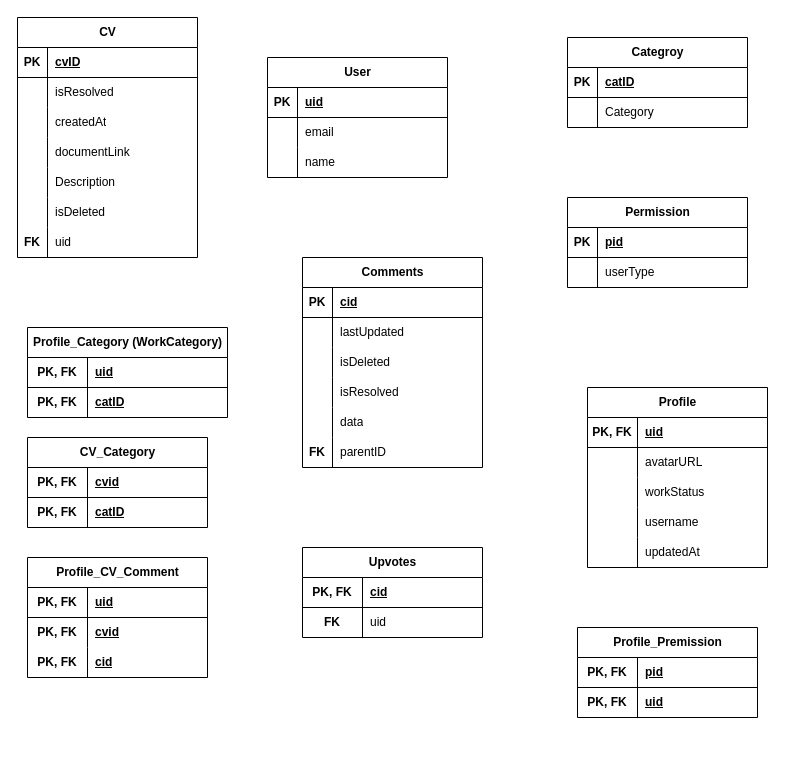
This is page "Resulted Table Structure" (3 of 3) of docs/cv-next-ERD.drawio from magshimim-next/cv-next, a draw.io file, before an edit. Source tidied: cells renumbered, new cells numbered last; positions are measured from the earlier drawing's top-left corner, leaving out a move shared by most shapes. Both pictures are drawn from the tidied source at 100%, with x=0, y=0 at pixel (17, 17).
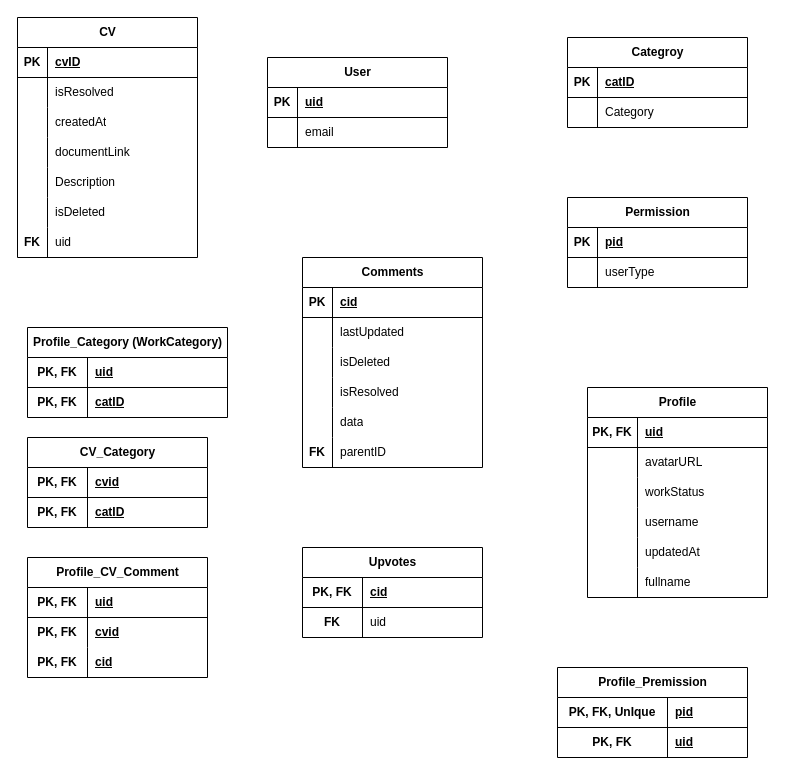
The same page after the edit.

Change to the diagram source:
```diff
@@
     <mxCell id="31" value="User" style="shape=table;startSize=30;childLayout=tableLayout;rowLines=0;fontStyle=1;align=center;html=1;" parent="1" vertex="1">
-      <mxGeometry x="250" y="40" width="180" height="120" as="geometry" />
+      <mxGeometry x="250" y="40" width="180" height="90" as="geometry" />
     </mxCell>
@@
-    <mxCell id="38" style="shape=tableRow;horizontal=0;startSize=0;swimlaneHead=0;swimlaneBody=0;fillColor=none;top=0;left=0;right=0;bottom=0;" parent="31" vertex="1">
-      <mxGeometry y="90" width="180" height="30" as="geometry" />
-    </mxCell>
-    <mxCell id="39" style="shape=partialRectangle;fillColor=none;top=0;left=0;bottom=0;right=0;overflow=hidden;whiteSpace=wrap;html=1;" parent="38" vertex="1">
-      <mxGeometry width="30" height="30" as="geometry" />
-    </mxCell>
-    <mxCell id="40" value="name" style="shape=partialRectangle;fillColor=none;top=0;left=0;bottom=0;right=0;align=left;spacingLeft=6;overflow=hidden;whiteSpace=wrap;html=1;" parent="38" vertex="1">
-      <mxGeometry x="30" width="150" height="30" as="geometry" />
-    </mxCell>
     <mxCell id="41" value="Profile" style="shape=table;startSize=30;childLayout=tableLayout;rowLines=0;fontStyle=1;align=center;html=1;" parent="1" vertex="1">
-      <mxGeometry x="570" y="370" width="180" height="180" as="geometry" />
+      <mxGeometry x="570" y="370" width="180" height="210" as="geometry" />
     </mxCell>
@@
+    <mxCell id="121" style="shape=tableRow;horizontal=0;startSize=0;swimlaneHead=0;swimlaneBody=0;fillColor=none;top=0;left=0;right=0;bottom=0;" parent="41" vertex="1">
+      <mxGeometry y="180" width="180" height="30" as="geometry" />
+    </mxCell>
+    <mxCell id="122" style="shape=partialRectangle;fillColor=none;top=0;left=0;bottom=0;right=0;overflow=hidden;whiteSpace=wrap;html=1;" parent="121" vertex="1">
+      <mxGeometry width="50" height="30" as="geometry" />
+    </mxCell>
+    <mxCell id="123" value="fullname" style="shape=partialRectangle;fillColor=none;top=0;left=0;bottom=0;right=0;align=left;spacingLeft=6;overflow=hidden;whiteSpace=wrap;html=1;" parent="121" vertex="1">
+      <mxGeometry x="50" width="130" height="30" as="geometry" />
+    </mxCell>
@@
     <mxCell id="114" value="Profile_Premission" style="shape=table;startSize=30;childLayout=tableLayout;rowLines=0;fontStyle=1;align=center;html=1;" parent="1" vertex="1">
-      <mxGeometry x="560" y="610" width="180" height="90" as="geometry" />
+      <mxGeometry x="540" y="650" width="190" height="90" as="geometry" />
     </mxCell>
     <mxCell id="115" style="shape=tableRow;horizontal=0;startSize=0;swimlaneHead=0;swimlaneBody=0;fillColor=none;top=0;left=0;right=0;bottom=1;" parent="114" vertex="1">
-      <mxGeometry y="30" width="180" height="30" as="geometry" />
+      <mxGeometry y="30" width="190" height="30" as="geometry" />
     </mxCell>
-    <mxCell id="116" value="PK, FK" style="shape=partialRectangle;fillColor=none;top=0;left=0;bottom=0;right=0;fontStyle=1;overflow=hidden;whiteSpace=wrap;html=1;" parent="115" vertex="1">
-      <mxGeometry width="60" height="30" as="geometry" />
+    <mxCell id="116" value="PK, FK, UnIque" style="shape=partialRectangle;fillColor=none;top=0;left=0;bottom=0;right=0;fontStyle=1;overflow=hidden;whiteSpace=wrap;html=1;" parent="115" vertex="1">
+      <mxGeometry width="110" height="30" as="geometry" />
     </mxCell>
     <mxCell id="117" value="pid" style="shape=partialRectangle;fillColor=none;top=0;left=0;bottom=0;right=0;align=left;spacingLeft=6;fontStyle=5;overflow=hidden;whiteSpace=wrap;html=1;" parent="115" vertex="1">
-      <mxGeometry x="60" width="120" height="30" as="geometry" />
+      <mxGeometry x="110" width="80" height="30" as="geometry" />
     </mxCell>
     <mxCell id="118" style="shape=tableRow;horizontal=0;startSize=0;swimlaneHead=0;swimlaneBody=0;fillColor=none;top=0;left=0;right=0;bottom=0;" parent="114" vertex="1">
-      <mxGeometry y="60" width="180" height="30" as="geometry" />
+      <mxGeometry y="60" width="190" height="30" as="geometry" />
     </mxCell>
     <mxCell id="119" value="&lt;span style=&quot;font-weight: 700;&quot;&gt;PK, FK&lt;/span&gt;" style="shape=partialRectangle;fillColor=none;top=0;left=0;bottom=0;right=0;overflow=hidden;whiteSpace=wrap;html=1;" parent="118" vertex="1">
-      <mxGeometry width="60" height="30" as="geometry" />
+      <mxGeometry width="110" height="30" as="geometry" />
     </mxCell>
     <mxCell id="120" value="&lt;u&gt;&lt;b&gt;uid&lt;/b&gt;&lt;/u&gt;" style="shape=partialRectangle;fillColor=none;top=0;left=0;bottom=0;right=0;align=left;spacingLeft=6;overflow=hidden;whiteSpace=wrap;html=1;" parent="118" vertex="1">
-      <mxGeometry x="60" width="120" height="30" as="geometry" />
+      <mxGeometry x="110" width="80" height="30" as="geometry" />
     </mxCell>
```
